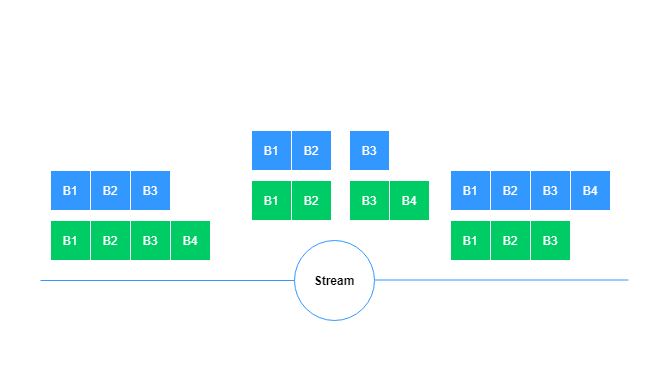
This is assets/images/figure/conception-feature/conception/stream_stream_process.png from modelbox-ai/modelbox-book, a draw.io export, as it was before one commit. Source tidied: cells renumbered, new cells last; positions are measured from the earlier drawing's top-left corner, leaving out a move shared by most shapes.
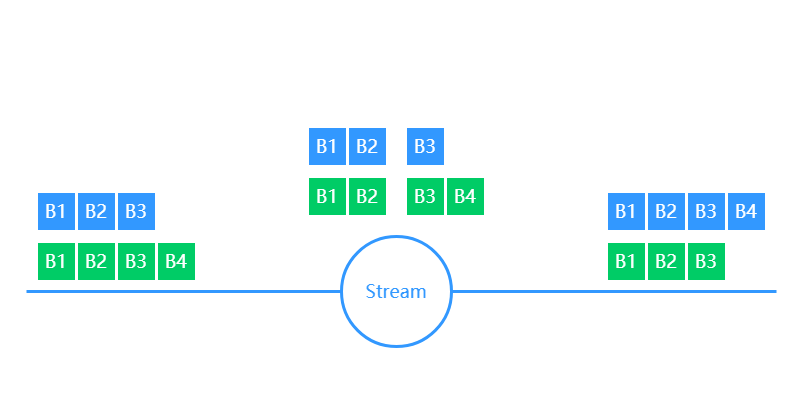
The same file after the commit.

Change to the diagram source:
```diff
@@ -2,85 +2,84 @@
   <root>
     <mxCell id="0" />
     <mxCell id="1" parent="0" />
-    <mxCell id="2" style="rounded=0;whiteSpace=wrap;html=1;fontColor=#000000;strokeColor=#FFFFFF;fillColor=#FFFFFF;" parent="1" vertex="1">
-      <mxGeometry width="670" height="370" as="geometry" />
+    <mxCell id="2" style="rounded=0;whiteSpace=wrap;html=1;fontColor=#000000;strokeColor=#FFFFFF;fillColor=#FFFFFF;strokeWidth=3;fontSize=18;fontStyle=0;" parent="1" vertex="1">
+      <mxGeometry x="5" y="5" width="800" height="400" as="geometry" />
     </mxCell>
-    <mxCell id="3" value="&lt;font color=&quot;#000000&quot;&gt;Stream&lt;/font&gt;" style="ellipse;whiteSpace=wrap;html=1;strokeColor=#3298FF;fillColor=#FFFFFF;fontStyle=1;" parent="1" vertex="1">
-      <mxGeometry x="294" y="240" width="80" height="80" as="geometry" />
+    <mxCell id="3" value="&lt;font style=&quot;font-size: 18px;&quot;&gt;Stream&lt;/font&gt;" style="ellipse;whiteSpace=wrap;html=1;strokeColor=#3298FF;fillColor=#FFFFFF;fontStyle=0;strokeWidth=3;fontSize=18;fontColor=#3298FF;fontFamily=Microsoft YaHei;" parent="1" vertex="1">
+      <mxGeometry x="345" y="240" width="110" height="110" as="geometry" />
     </mxCell>
-    <mxCell id="4" style="endArrow=none;html=1;entryX=0;entryY=0.5;entryDx=0;entryDy=0;strokeColor=#3298FF;" parent="1" edge="1" target="3">
+    <mxCell id="4" style="endArrow=none;html=1;entryX=0;entryY=0.5;entryDx=0;entryDy=0;strokeColor=#3298FF;strokeWidth=3;fontSize=18;fontStyle=0;fontFamily=Microsoft YaHei;" parent="1" edge="1" target="3">
       <mxGeometry relative="1" as="geometry">
-        <mxPoint x="40" y="280" as="sourcePoint" />
+        <mxPoint x="30" y="295" as="sourcePoint" />
       </mxGeometry>
     </mxCell>
-    <mxCell id="5" style="endArrow=none;html=1;entryX=0;entryY=0.5;entryDx=0;entryDy=0;strokeColor=#3298FF;" parent="1" edge="1">
+    <mxCell id="5" style="endArrow=none;html=1;strokeColor=#3298FF;strokeWidth=3;fontSize=18;exitX=1;exitY=0.5;exitDx=0;exitDy=0;fontStyle=0;fontFamily=Microsoft YaHei;" parent="1" edge="1" source="3">
       <mxGeometry relative="1" as="geometry">
-        <mxPoint x="374" y="279.5" as="sourcePoint" />
-        <mxPoint x="628" y="279.5" as="targetPoint" />
+        <mxPoint x="780" y="295" as="targetPoint" />
       </mxGeometry>
     </mxCell>
-    <mxCell id="6" value="B1" style="rounded=0;whiteSpace=wrap;html=1;strokeColor=#FFFFFF;fillColor=#3298FF;fontColor=#FFFFFF;" parent="1" vertex="1">
-      <mxGeometry x="50" y="170" width="40" height="40" as="geometry" />
+    <mxCell id="6" value="B1" style="rounded=0;whiteSpace=wrap;html=1;strokeColor=#FFFFFF;fillColor=#3298FF;fontColor=#FFFFFF;strokeWidth=3;fontSize=18;fontStyle=0;fontFamily=Microsoft YaHei;" parent="1" vertex="1">
+      <mxGeometry x="40" y="195" width="40" height="40" as="geometry" />
     </mxCell>
-    <mxCell id="7" value="B2" style="rounded=0;whiteSpace=wrap;html=1;strokeColor=#FFFFFF;fillColor=#3298FF;fontColor=#FFFFFF;" parent="1" vertex="1">
-      <mxGeometry x="90" y="170" width="40" height="40" as="geometry" />
+    <mxCell id="7" value="B2" style="rounded=0;whiteSpace=wrap;html=1;strokeColor=#FFFFFF;fillColor=#3298FF;fontColor=#FFFFFF;strokeWidth=3;fontSize=18;fontStyle=0;fontFamily=Microsoft YaHei;" parent="1" vertex="1">
+      <mxGeometry x="80" y="195" width="40" height="40" as="geometry" />
     </mxCell>
-    <mxCell id="8" value="B3" style="rounded=0;whiteSpace=wrap;html=1;strokeColor=#FFFFFF;fillColor=#3298FF;fontColor=#FFFFFF;" parent="1" vertex="1">
-      <mxGeometry x="130" y="170" width="40" height="40" as="geometry" />
+    <mxCell id="8" value="B3" style="rounded=0;whiteSpace=wrap;html=1;strokeColor=#FFFFFF;fillColor=#3298FF;fontColor=#FFFFFF;strokeWidth=3;fontSize=18;fontStyle=0;fontFamily=Microsoft YaHei;" parent="1" vertex="1">
+      <mxGeometry x="120" y="195" width="40" height="40" as="geometry" />
     </mxCell>
-    <mxCell id="9" value="B1" style="rounded=0;whiteSpace=wrap;html=1;strokeColor=#FFFFFF;fillColor=#00CC66;fontColor=#FFFFFF;" parent="1" vertex="1">
-      <mxGeometry x="50" y="220" width="40" height="40" as="geometry" />
+    <mxCell id="9" value="B1" style="rounded=0;whiteSpace=wrap;html=1;strokeColor=#FFFFFF;fillColor=#00CC66;fontColor=#FFFFFF;strokeWidth=3;fontSize=18;fontStyle=0;fontFamily=Microsoft YaHei;" parent="1" vertex="1">
+      <mxGeometry x="40" y="245" width="40" height="40" as="geometry" />
     </mxCell>
-    <mxCell id="10" value="B2" style="rounded=0;whiteSpace=wrap;html=1;strokeColor=#FFFFFF;fillColor=#00CC66;fontColor=#FFFFFF;" parent="1" vertex="1">
-      <mxGeometry x="90" y="220" width="40" height="40" as="geometry" />
+    <mxCell id="10" value="B2" style="rounded=0;whiteSpace=wrap;html=1;strokeColor=#FFFFFF;fillColor=#00CC66;fontColor=#FFFFFF;strokeWidth=3;fontSize=18;fontStyle=0;fontFamily=Microsoft YaHei;" parent="1" vertex="1">
+      <mxGeometry x="80" y="245" width="40" height="40" as="geometry" />
     </mxCell>
-    <mxCell id="11" value="B3" style="rounded=0;whiteSpace=wrap;html=1;strokeColor=#FFFFFF;fillColor=#00CC66;fontColor=#FFFFFF;" parent="1" vertex="1">
-      <mxGeometry x="130" y="220" width="40" height="40" as="geometry" />
+    <mxCell id="11" value="B3" style="rounded=0;whiteSpace=wrap;html=1;strokeColor=#FFFFFF;fillColor=#00CC66;fontColor=#FFFFFF;strokeWidth=3;fontSize=18;fontStyle=0;fontFamily=Microsoft YaHei;" parent="1" vertex="1">
+      <mxGeometry x="120" y="245" width="40" height="40" as="geometry" />
     </mxCell>
-    <mxCell id="12" value="B4" style="rounded=0;whiteSpace=wrap;html=1;strokeColor=#FFFFFF;fillColor=#00CC66;fontColor=#FFFFFF;" parent="1" vertex="1">
-      <mxGeometry x="170" y="220" width="40" height="40" as="geometry" />
+    <mxCell id="12" value="B4" style="rounded=0;whiteSpace=wrap;html=1;strokeColor=#FFFFFF;fillColor=#00CC66;fontColor=#FFFFFF;strokeWidth=3;fontSize=18;fontStyle=0;fontFamily=Microsoft YaHei;" parent="1" vertex="1">
+      <mxGeometry x="160" y="245" width="40" height="40" as="geometry" />
     </mxCell>
-    <mxCell id="13" value="B1" style="rounded=0;whiteSpace=wrap;html=1;strokeColor=#FFFFFF;fillColor=#3298FF;fontColor=#FFFFFF;" parent="1" vertex="1">
-      <mxGeometry x="450" y="170" width="40" height="40" as="geometry" />
+    <mxCell id="13" value="B1" style="rounded=0;whiteSpace=wrap;html=1;strokeColor=#FFFFFF;fillColor=#3298FF;fontColor=#FFFFFF;strokeWidth=3;fontSize=18;fontStyle=0;fontFamily=Microsoft YaHei;" parent="1" vertex="1">
+      <mxGeometry x="610" y="195" width="40" height="40" as="geometry" />
     </mxCell>
-    <mxCell id="14" value="B2" style="rounded=0;whiteSpace=wrap;html=1;strokeColor=#FFFFFF;fillColor=#3298FF;fontColor=#FFFFFF;" parent="1" vertex="1">
-      <mxGeometry x="490" y="170" width="40" height="40" as="geometry" />
+    <mxCell id="14" value="B2" style="rounded=0;whiteSpace=wrap;html=1;strokeColor=#FFFFFF;fillColor=#3298FF;fontColor=#FFFFFF;strokeWidth=3;fontSize=18;fontStyle=0;fontFamily=Microsoft YaHei;" parent="1" vertex="1">
+      <mxGeometry x="650" y="195" width="40" height="40" as="geometry" />
     </mxCell>
-    <mxCell id="15" value="B3" style="rounded=0;whiteSpace=wrap;html=1;strokeColor=#FFFFFF;fillColor=#3298FF;fontColor=#FFFFFF;" parent="1" vertex="1">
-      <mxGeometry x="530" y="170" width="40" height="40" as="geometry" />
+    <mxCell id="15" value="B3" style="rounded=0;whiteSpace=wrap;html=1;strokeColor=#FFFFFF;fillColor=#3298FF;fontColor=#FFFFFF;strokeWidth=3;fontSize=18;fontStyle=0;fontFamily=Microsoft YaHei;" parent="1" vertex="1">
+      <mxGeometry x="690" y="195" width="40" height="40" as="geometry" />
     </mxCell>
-    <mxCell id="16" value="B1" style="rounded=0;whiteSpace=wrap;html=1;strokeColor=#FFFFFF;fillColor=#00CC66;fontColor=#FFFFFF;" parent="1" vertex="1">
-      <mxGeometry x="450" y="220" width="40" height="40" as="geometry" />
+    <mxCell id="16" value="B1" style="rounded=0;whiteSpace=wrap;html=1;strokeColor=#FFFFFF;fillColor=#00CC66;fontColor=#FFFFFF;strokeWidth=3;fontSize=18;fontStyle=0;fontFamily=Microsoft YaHei;" parent="1" vertex="1">
+      <mxGeometry x="610" y="245" width="40" height="40" as="geometry" />
     </mxCell>
-    <mxCell id="17" value="B2" style="rounded=0;whiteSpace=wrap;html=1;strokeColor=#FFFFFF;fillColor=#00CC66;fontColor=#FFFFFF;" parent="1" vertex="1">
-      <mxGeometry x="490" y="220" width="40" height="40" as="geometry" />
+    <mxCell id="17" value="B2" style="rounded=0;whiteSpace=wrap;html=1;strokeColor=#FFFFFF;fillColor=#00CC66;fontColor=#FFFFFF;strokeWidth=3;fontSize=18;fontStyle=0;fontFamily=Microsoft YaHei;" parent="1" vertex="1">
+      <mxGeometry x="650" y="245" width="40" height="40" as="geometry" />
     </mxCell>
-    <mxCell id="18" value="B3" style="rounded=0;whiteSpace=wrap;html=1;strokeColor=#FFFFFF;fillColor=#00CC66;fontColor=#FFFFFF;" parent="1" vertex="1">
-      <mxGeometry x="530" y="220" width="40" height="40" as="geometry" />
+    <mxCell id="18" value="B3" style="rounded=0;whiteSpace=wrap;html=1;strokeColor=#FFFFFF;fillColor=#00CC66;fontColor=#FFFFFF;strokeWidth=3;fontSize=18;fontStyle=0;fontFamily=Microsoft YaHei;" parent="1" vertex="1">
+      <mxGeometry x="690" y="245" width="40" height="40" as="geometry" />
     </mxCell>
-    <mxCell id="19" value="B4" style="rounded=0;whiteSpace=wrap;html=1;strokeColor=#FFFFFF;fillColor=#3298FF;fontColor=#FFFFFF;" parent="1" vertex="1">
-      <mxGeometry x="570" y="170" width="40" height="40" as="geometry" />
+    <mxCell id="19" value="B4" style="rounded=0;whiteSpace=wrap;html=1;strokeColor=#FFFFFF;fillColor=#3298FF;fontColor=#FFFFFF;strokeWidth=3;fontSize=18;fontStyle=0;fontFamily=Microsoft YaHei;" parent="1" vertex="1">
+      <mxGeometry x="730" y="195" width="40" height="40" as="geometry" />
     </mxCell>
-    <mxCell id="20" value="B1" style="rounded=0;whiteSpace=wrap;html=1;strokeColor=#FFFFFF;fillColor=#3298FF;fontColor=#FFFFFF;" parent="1" vertex="1">
-      <mxGeometry x="251" y="130" width="40" height="40" as="geometry" />
+    <mxCell id="20" value="B1" style="rounded=0;whiteSpace=wrap;html=1;strokeColor=#FFFFFF;fillColor=#3298FF;fontColor=#FFFFFF;strokeWidth=3;fontSize=18;fontStyle=0;fontFamily=Microsoft YaHei;" parent="1" vertex="1">
+      <mxGeometry x="311" y="130" width="40" height="40" as="geometry" />
     </mxCell>
-    <mxCell id="21" value="B2" style="rounded=0;whiteSpace=wrap;html=1;strokeColor=#FFFFFF;fillColor=#3298FF;fontColor=#FFFFFF;" parent="1" vertex="1">
-      <mxGeometry x="291" y="130" width="40" height="40" as="geometry" />
+    <mxCell id="21" value="B2" style="rounded=0;whiteSpace=wrap;html=1;strokeColor=#FFFFFF;fillColor=#3298FF;fontColor=#FFFFFF;strokeWidth=3;fontSize=18;fontStyle=0;fontFamily=Microsoft YaHei;" parent="1" vertex="1">
+      <mxGeometry x="351" y="130" width="40" height="40" as="geometry" />
     </mxCell>
-    <mxCell id="22" value="B3" style="rounded=0;whiteSpace=wrap;html=1;strokeColor=#FFFFFF;fillColor=#3298FF;fontColor=#FFFFFF;" parent="1" vertex="1">
-      <mxGeometry x="349" y="130" width="40" height="40" as="geometry" />
+    <mxCell id="22" value="B3" style="rounded=0;whiteSpace=wrap;html=1;strokeColor=#FFFFFF;fillColor=#3298FF;fontColor=#FFFFFF;strokeWidth=3;fontSize=18;fontStyle=0;fontFamily=Microsoft YaHei;" parent="1" vertex="1">
+      <mxGeometry x="409" y="130" width="40" height="40" as="geometry" />
     </mxCell>
-    <mxCell id="23" value="B1" style="rounded=0;whiteSpace=wrap;html=1;strokeColor=#FFFFFF;fillColor=#00CC66;fontColor=#FFFFFF;" parent="1" vertex="1">
-      <mxGeometry x="251" y="180" width="40" height="40" as="geometry" />
+    <mxCell id="23" value="B1" style="rounded=0;whiteSpace=wrap;html=1;strokeColor=#FFFFFF;fillColor=#00CC66;fontColor=#FFFFFF;strokeWidth=3;fontSize=18;fontStyle=0;fontFamily=Microsoft YaHei;" parent="1" vertex="1">
+      <mxGeometry x="311" y="180" width="40" height="40" as="geometry" />
     </mxCell>
-    <mxCell id="24" value="B2" style="rounded=0;whiteSpace=wrap;html=1;strokeColor=#FFFFFF;fillColor=#00CC66;fontColor=#FFFFFF;" parent="1" vertex="1">
-      <mxGeometry x="291" y="180" width="40" height="40" as="geometry" />
+    <mxCell id="24" value="B2" style="rounded=0;whiteSpace=wrap;html=1;strokeColor=#FFFFFF;fillColor=#00CC66;fontColor=#FFFFFF;strokeWidth=3;fontSize=18;fontStyle=0;fontFamily=Microsoft YaHei;" parent="1" vertex="1">
+      <mxGeometry x="351" y="180" width="40" height="40" as="geometry" />
     </mxCell>
-    <mxCell id="25" value="B3" style="rounded=0;whiteSpace=wrap;html=1;strokeColor=#FFFFFF;fillColor=#00CC66;fontColor=#FFFFFF;" parent="1" vertex="1">
-      <mxGeometry x="349" y="180" width="40" height="40" as="geometry" />
+    <mxCell id="25" value="B3" style="rounded=0;whiteSpace=wrap;html=1;strokeColor=#FFFFFF;fillColor=#00CC66;fontColor=#FFFFFF;strokeWidth=3;fontSize=18;fontStyle=0;fontFamily=Microsoft YaHei;" parent="1" vertex="1">
+      <mxGeometry x="409" y="180" width="40" height="40" as="geometry" />
     </mxCell>
-    <mxCell id="26" value="B4" style="rounded=0;whiteSpace=wrap;html=1;strokeColor=#FFFFFF;fillColor=#00CC66;fontColor=#FFFFFF;" parent="1" vertex="1">
-      <mxGeometry x="389" y="180" width="40" height="40" as="geometry" />
+    <mxCell id="26" value="B4" style="rounded=0;whiteSpace=wrap;html=1;strokeColor=#FFFFFF;fillColor=#00CC66;fontColor=#FFFFFF;strokeWidth=3;fontSize=18;fontStyle=0;fontFamily=Microsoft YaHei;" parent="1" vertex="1">
+      <mxGeometry x="449" y="180" width="40" height="40" as="geometry" />
     </mxCell>
   </root>
 </mxGraphModel>
```
